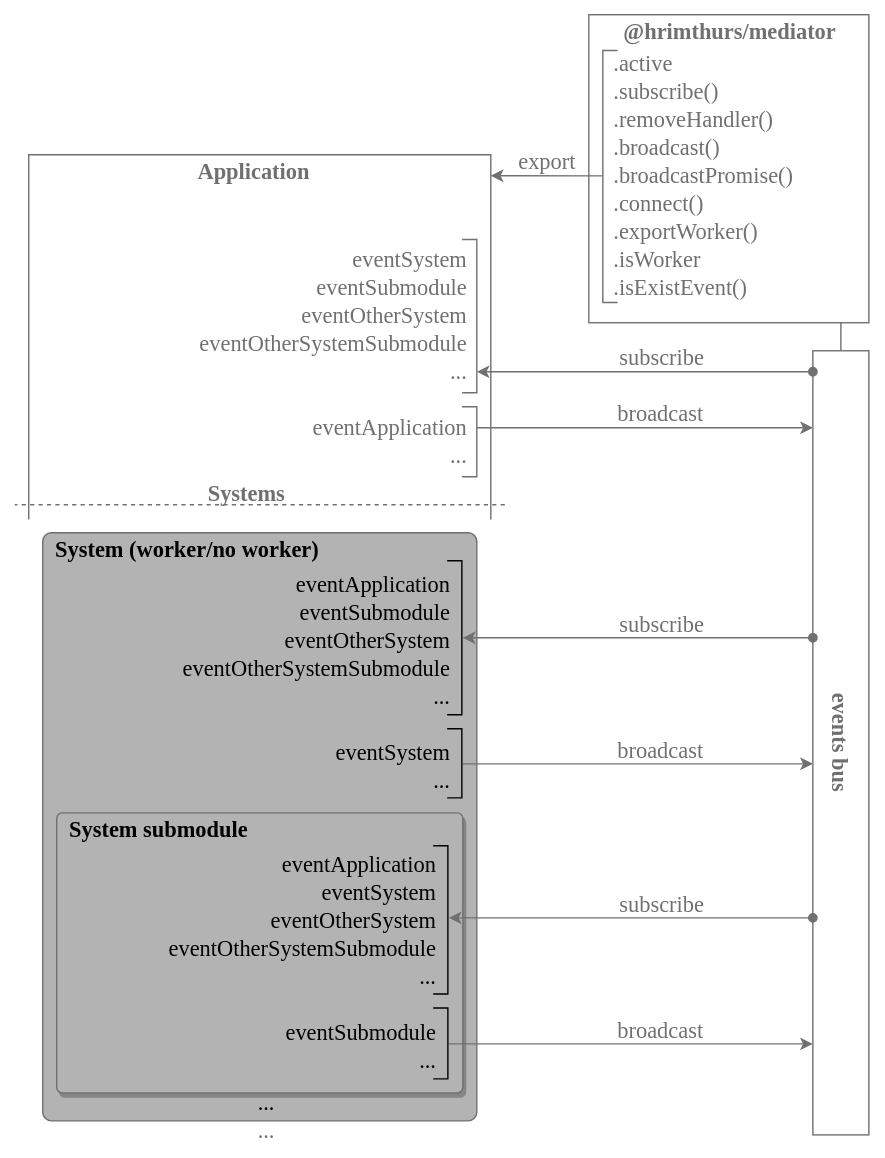
The draw.io diagram Mediator.drawio.svg in hrimthurs/Mediator, before a commit. Source tidied: cells renumbered, new cells last; positions are measured from the earlier drawing's top-left corner, leaving out a move shared by most shapes.
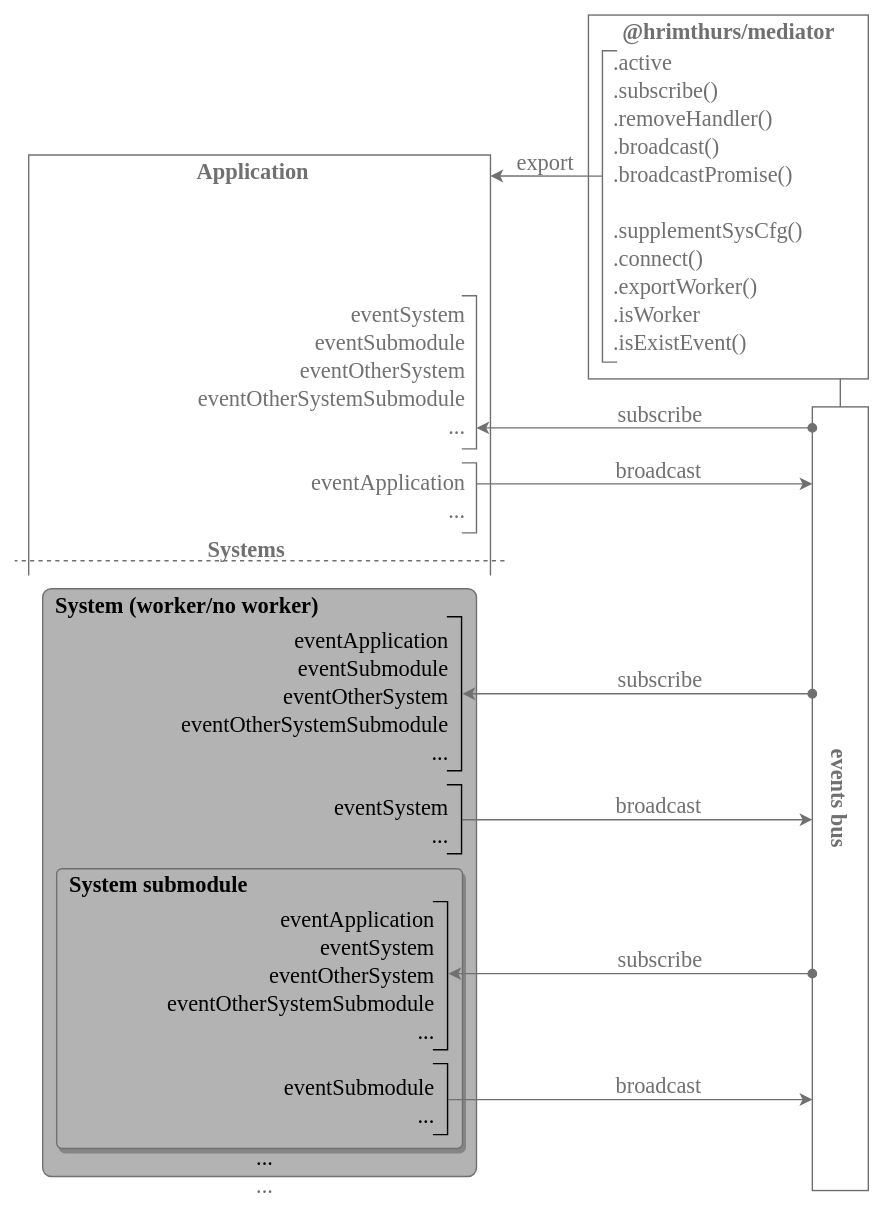
The same diagram one commit later.

The edit, as a diff of the source:
```diff
@@ -3,10 +3,10 @@
     <mxCell id="0" />
     <mxCell id="1" parent="0" />
     <mxCell id="2" style="shape=partialRectangle;whiteSpace=wrap;html=1;bottom=1;right=1;left=1;top=0;fillColor=none;routingCenterX=-0.5;shadow=0;fontFamily=Verdana;fontColor=#707070;strokeColor=#707070;rotation=-180;" parent="1" vertex="1">
-      <mxGeometry x="10" y="100" width="330" height="260" as="geometry" />
+      <mxGeometry x="10" y="60" width="330" height="300" as="geometry" />
     </mxCell>
     <mxCell id="3" style="whiteSpace=wrap;html=1;bottom=1;right=1;left=1;top=0;fillColor=none;routingCenterX=-0.5;shadow=0;fontFamily=Verdana;fontColor=#707070;strokeColor=#707070;rotation=0;" parent="1" vertex="1">
-      <mxGeometry x="410" width="200" height="220" as="geometry" />
+      <mxGeometry x="410" y="-40" width="200" height="260" as="geometry" />
     </mxCell>
     <mxCell id="4" style="rounded=1;whiteSpace=wrap;html=1;shadow=0;fontColor=#000000;strokeColor=#707070;fillColor=#B3B3B3;fontSize=16;arcSize=2;" parent="1" vertex="1">
       <mxGeometry x="20" y="370" width="310" height="420" as="geometry" />
@@ -30,7 +30,7 @@
       <mxGeometry x="138.3" as="geometry" />
     </mxCell>
     <mxCell id="10" value="Application" style="edgeLabel;align=center;verticalAlign=middle;fontSize=16;fontFamily=Verdana;fontColor=#707070;labelBackgroundColor=none;labelBorderColor=none;textDirection=ltr;fontStyle=1;labelPosition=center;verticalLabelPosition=middle;spacing=0;" parent="1" vertex="1">
-      <mxGeometry x="170" y="110" as="geometry" />
+      <mxGeometry x="170" y="70" as="geometry" />
     </mxCell>
     <mxCell id="11" value="System submodule" style="edgeLabel;align=left;verticalAlign=middle;fontSize=16;fontFamily=Verdana;fontColor=#000000;labelBackgroundColor=none;labelBorderColor=none;textDirection=ltr;fontStyle=1;labelPosition=center;verticalLabelPosition=middle;spacing=0;" parent="1" vertex="1">
       <mxGeometry x="39.3" y="580" as="geometry" />
@@ -159,22 +159,22 @@
       <mxGeometry x="321.3" y="232.5" as="geometry" />
     </mxCell>
     <mxCell id="43" value="@hrimthurs/mediator" style="edgeLabel;align=center;verticalAlign=middle;fontSize=16;fontFamily=Verdana;fontColor=#707070;labelBackgroundColor=none;labelBorderColor=none;textDirection=ltr;fontStyle=1;labelPosition=center;verticalLabelPosition=middle;spacing=0;" parent="1" vertex="1">
-      <mxGeometry x="510" y="10" as="geometry" />
+      <mxGeometry x="510" y="-30" as="geometry" />
     </mxCell>
     <mxCell id="44" value=".removeHandler()" style="edgeLabel;align=left;verticalAlign=middle;fontSize=16;fontFamily=Verdana;fontColor=#707070;labelBackgroundColor=none;labelBorderColor=none;textDirection=ltr;spacing=0;" parent="1" vertex="1">
-      <mxGeometry x="428" y="72.5" as="geometry" />
+      <mxGeometry x="428" y="32.5" as="geometry" />
     </mxCell>
     <mxCell id="45" value=".broadcast()" style="edgeLabel;align=left;verticalAlign=middle;fontSize=16;fontFamily=Verdana;fontColor=#707070;labelBackgroundColor=none;labelBorderColor=none;textDirection=ltr;spacing=0;" parent="1" vertex="1">
-      <mxGeometry x="428" y="92.5" as="geometry" />
+      <mxGeometry x="428" y="52.5" as="geometry" />
     </mxCell>
     <mxCell id="46" value=".broadcastPromise()" style="edgeLabel;align=left;verticalAlign=middle;fontSize=16;fontFamily=Verdana;fontColor=#707070;labelBackgroundColor=none;labelBorderColor=none;textDirection=ltr;spacing=0;" parent="1" vertex="1">
-      <mxGeometry x="428" y="112.5" as="geometry" />
+      <mxGeometry x="428" y="72.5" as="geometry" />
     </mxCell>
     <mxCell id="47" style="shape=partialRectangle;whiteSpace=wrap;html=1;bottom=1;right=1;left=1;top=0;fillColor=none;routingCenterX=-0.5;rotation=90;labelBackgroundColor=default;endArrow=classic;fontSize=11;rounded=1;strokeColor=#707070;" parent="1" vertex="1">
-      <mxGeometry x="335" y="110.5" width="180" height="10" as="geometry" />
+      <mxGeometry x="313.8" y="91.8" width="222.5" height="10" as="geometry" />
     </mxCell>
     <mxCell id="48" value=".active" style="edgeLabel;align=left;verticalAlign=middle;fontSize=16;fontFamily=Verdana;fontColor=#707070;labelBackgroundColor=none;labelBorderColor=none;textDirection=ltr;spacing=0;" parent="1" vertex="1">
-      <mxGeometry x="428" y="32.5" as="geometry" />
+      <mxGeometry x="428" y="-7.5" as="geometry" />
     </mxCell>
     <mxCell id="49" value=".connect()" style="edgeLabel;align=left;verticalAlign=middle;fontSize=16;fontFamily=Verdana;fontColor=#707070;labelBackgroundColor=none;labelBorderColor=none;textDirection=ltr;spacing=0;" parent="1" vertex="1">
       <mxGeometry x="428" y="132.5" as="geometry" />
@@ -186,12 +186,12 @@
       <mxGeometry x="428" y="152.5" as="geometry" />
     </mxCell>
     <mxCell id="52" value=".subscribe()" style="edgeLabel;align=left;verticalAlign=middle;fontSize=16;fontFamily=Verdana;fontColor=#707070;labelBackgroundColor=none;labelBorderColor=none;textDirection=ltr;fontStyle=0;spacing=0;" parent="1" vertex="1">
-      <mxGeometry x="428" y="52.5" as="geometry" />
+      <mxGeometry x="428" y="12.5" as="geometry" />
     </mxCell>
     <mxCell id="53" style="edgeStyle=none;html=1;strokeColor=#707070;strokeWidth=1;startArrow=classic;startFill=1;endArrow=none;endFill=0;" parent="1" edge="1">
       <mxGeometry relative="1" as="geometry">
-        <mxPoint x="340" y="115" as="sourcePoint" />
-        <mxPoint x="420" y="115.1" as="targetPoint" />
+        <mxPoint x="340" y="75" as="sourcePoint" />
+        <mxPoint x="420" y="75.1" as="targetPoint" />
       </mxGeometry>
     </mxCell>
     <mxCell id="54" value="export" style="edgeLabel;html=1;align=center;verticalAlign=middle;fontSize=16;fontFamily=Verdana;fontColor=#707070;labelBackgroundColor=none;labelBorderColor=none;spacing=0;" parent="53" vertex="1">
@@ -238,5 +238,8 @@
     <mxCell id="67" value="..." style="edgeLabel;align=right;verticalAlign=middle;fontSize=16;fontFamily=Verdana;fontColor=#707070;labelBackgroundColor=none;labelBorderColor=none;textDirection=ltr;fontStyle=0;spacing=0;" parent="1" vertex="1">
       <mxGeometry x="321.3" y="312.5" as="geometry" />
     </mxCell>
+    <mxCell id="68" value=".supplementSysCfg()" style="edgeLabel;align=left;verticalAlign=middle;fontSize=16;fontFamily=Verdana;fontColor=#707070;labelBackgroundColor=none;labelBorderColor=none;textDirection=ltr;spacing=0;" parent="1" vertex="1">
+      <mxGeometry x="428" y="112.5" as="geometry" />
+    </mxCell>
   </root>
 </mxGraphModel>
```
